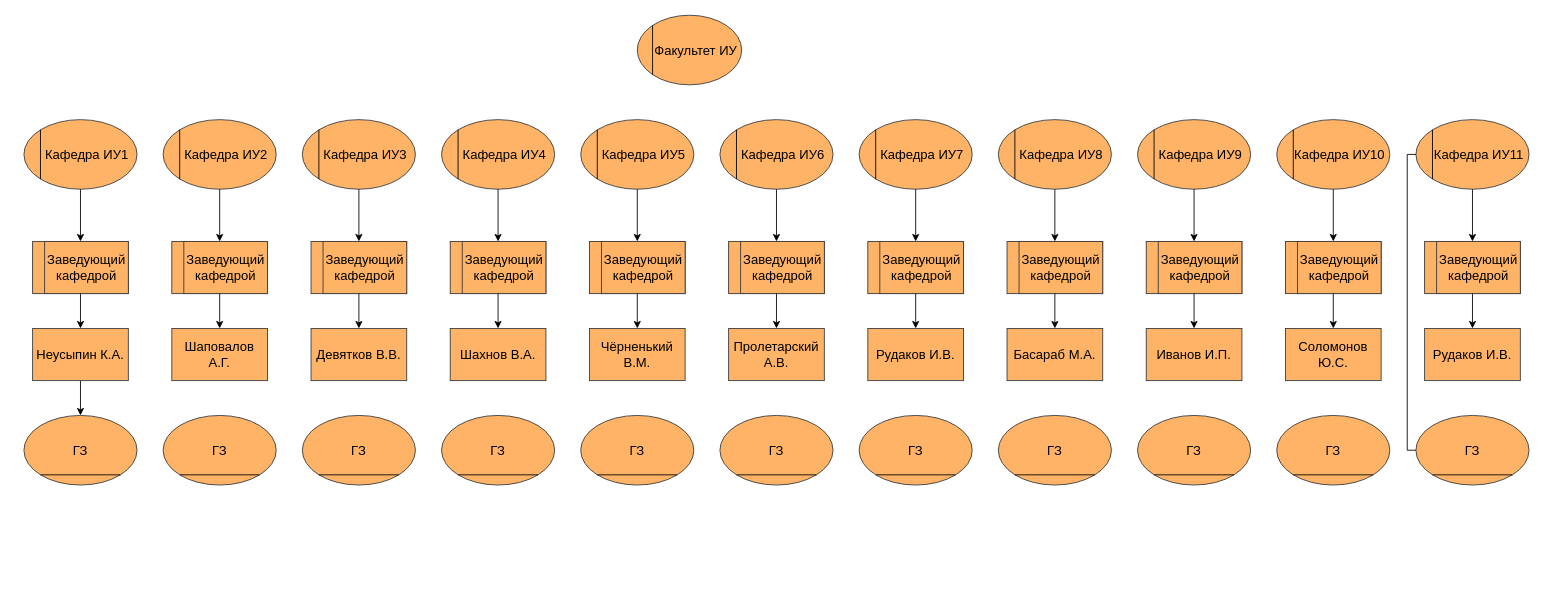
DMfananddu/ERP keeps this draw.io diagram as ERP l1.drawio. Above is the earlier version. Source tidied: cells renumbered, new cells numbered last; positions are measured from the earlier drawing's top-left corner, leaving out a move shared by most shapes. Both pictures are drawn from the tidied source at 87%, with x=0, y=0 at pixel (23, 15).
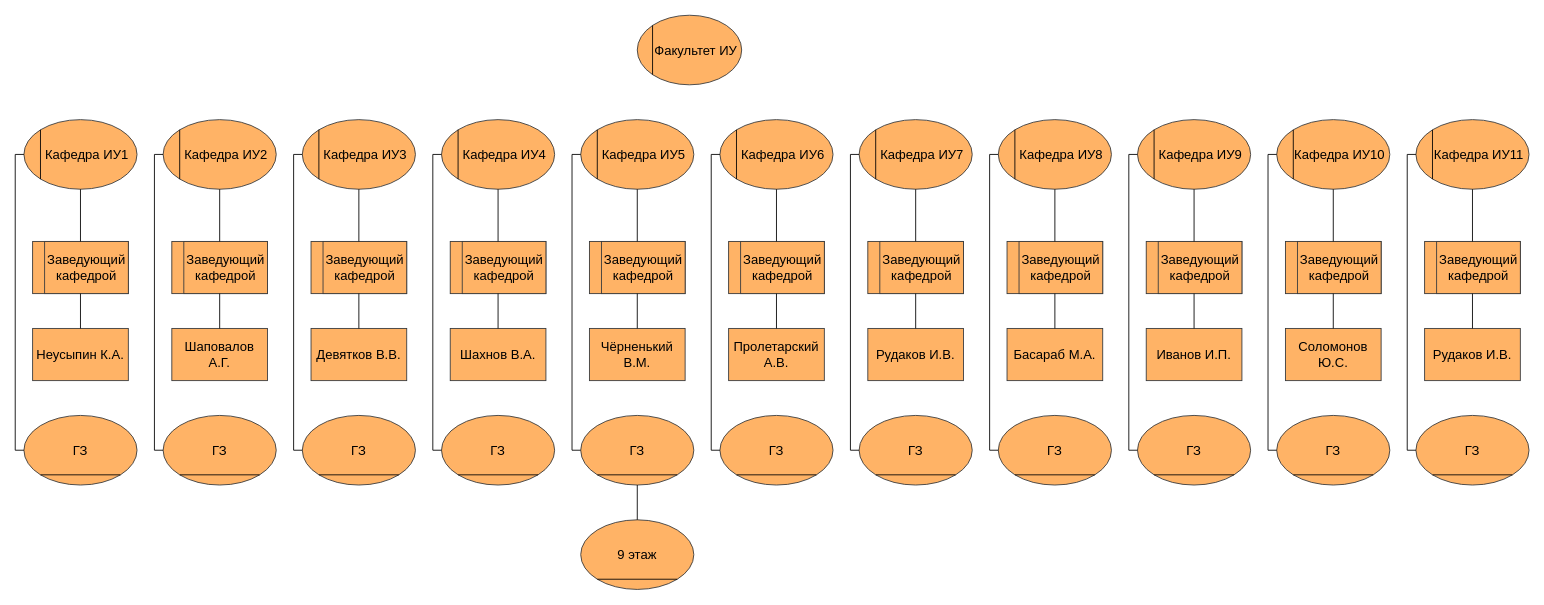
Above is the later version.

Unchanged cells that the change refers to:
```xml
<mxCell id="6" value="Кафедра ИУ2" style="ellipse;whiteSpace=wrap;html=1;rounded=0;strokeColor=#36393d;spacingLeft=15;fillColor=#FFB366;fontSize=15;" parent="5" vertex="1">
<mxCell id="9" value="Кафедра ИУ3" style="ellipse;whiteSpace=wrap;html=1;rounded=0;strokeColor=#36393d;spacingLeft=15;fillColor=#FFB366;fontSize=15;" parent="8" vertex="1">
<mxCell id="12" value="Кафедра ИУ4" style="ellipse;whiteSpace=wrap;html=1;rounded=0;strokeColor=#36393d;spacingLeft=15;fillColor=#FFB366;fontSize=15;" parent="11" vertex="1">
<mxCell id="15" value="Кафедра ИУ5" style="ellipse;whiteSpace=wrap;html=1;rounded=0;strokeColor=#36393d;spacingLeft=15;fillColor=#FFB366;fontSize=15;" parent="14" vertex="1">
<mxCell id="18" value="Кафедра ИУ6" style="ellipse;whiteSpace=wrap;html=1;rounded=0;strokeColor=#36393d;spacingLeft=15;fillColor=#FFB366;fontSize=15;" parent="17" vertex="1">
<mxCell id="21" value="Кафедра ИУ7" style="ellipse;whiteSpace=wrap;html=1;rounded=0;strokeColor=#36393d;spacingLeft=15;fillColor=#FFB366;fontSize=15;" parent="20" vertex="1">
<mxCell id="24" value="Кафедра ИУ8" style="ellipse;whiteSpace=wrap;html=1;rounded=0;strokeColor=#36393d;spacingLeft=15;fillColor=#FFB366;fontSize=15;" parent="23" vertex="1">
<mxCell id="27" value="Кафедра ИУ9" style="ellipse;whiteSpace=wrap;html=1;rounded=0;strokeColor=#36393d;spacingLeft=15;fillColor=#FFB366;fontSize=15;" parent="26" vertex="1">
<mxCell id="30" value="Кафедра ИУ10" style="ellipse;whiteSpace=wrap;html=1;rounded=0;strokeColor=#36393d;spacingLeft=15;fillColor=#FFB366;fontSize=15;" parent="29" vertex="1">
<mxCell id="33" value="Кафедра ИУ1" style="ellipse;whiteSpace=wrap;html=1;rounded=0;strokeColor=#36393d;spacingLeft=15;fillColor=#FFB366;fontSize=15;" parent="32" vertex="1">
<mxCell id="36" value="Кафедра ИУ11" style="ellipse;whiteSpace=wrap;html=1;rounded=0;strokeColor=#36393d;spacingLeft=15;fillColor=#FFB366;fontSize=15;" parent="35" vertex="1">
<mxCell id="39" style="rounded=0;whiteSpace=wrap;html=1;strokeColor=#36393d;fontSize=15;fillColor=#FFB366;" parent="38" vertex="1">
<mxCell id="42" style="rounded=0;whiteSpace=wrap;html=1;strokeColor=#36393d;fontSize=15;fillColor=#FFB366;" parent="41" vertex="1">
<mxCell id="45" style="rounded=0;whiteSpace=wrap;html=1;strokeColor=#36393d;fontSize=15;fillColor=#FFB366;" parent="44" vertex="1">
<mxCell id="48" style="rounded=0;whiteSpace=wrap;html=1;strokeColor=#36393d;fontSize=15;fillColor=#FFB366;" parent="47" vertex="1">
<mxCell id="55" style="rounded=0;whiteSpace=wrap;html=1;strokeColor=#36393d;fontSize=15;fillColor=#FFB366;" parent="54" vertex="1">
<mxCell id="58" style="rounded=0;whiteSpace=wrap;html=1;strokeColor=#36393d;fontSize=15;fillColor=#FFB366;" parent="57" vertex="1">
<mxCell id="61" style="rounded=0;whiteSpace=wrap;html=1;strokeColor=#36393d;fontSize=15;fillColor=#FFB366;" parent="60" vertex="1">
<mxCell id="64" style="rounded=0;whiteSpace=wrap;html=1;strokeColor=#36393d;fontSize=15;fillColor=#FFB366;" parent="63" vertex="1">
<mxCell id="67" style="rounded=0;whiteSpace=wrap;html=1;strokeColor=#36393d;fontSize=15;fillColor=#FFB366;" parent="66" vertex="1">
<mxCell id="70" style="rounded=0;whiteSpace=wrap;html=1;strokeColor=#36393d;fontSize=15;fillColor=#FFB366;" parent="69" vertex="1">
<mxCell id="73" style="rounded=0;whiteSpace=wrap;html=1;strokeColor=#36393d;fontSize=15;fillColor=#FFB366;" parent="72" vertex="1">
<mxCell id="83" value="&lt;span style=&quot;font-size: 15px&quot;&gt;Неусыпин К.А.&lt;/span&gt;" style="rounded=0;whiteSpace=wrap;html=1;strokeColor=#36393d;fillColor=#FFB366;" parent="1" vertex="1">
<mxCell id="85" value="&lt;span style=&quot;font-size: 15px&quot;&gt;Шаповалов А.Г.&lt;/span&gt;" style="rounded=0;whiteSpace=wrap;html=1;strokeColor=#36393d;fillColor=#FFB366;" parent="1" vertex="1">
<mxCell id="86" value="&lt;span style=&quot;font-size: 15px&quot;&gt;Девятков В.В.&lt;/span&gt;" style="rounded=0;whiteSpace=wrap;html=1;strokeColor=#36393d;fillColor=#FFB366;" parent="1" vertex="1">
<mxCell id="87" value="&lt;span style=&quot;font-size: 15px&quot;&gt;Шахнов В.А.&lt;/span&gt;" style="rounded=0;whiteSpace=wrap;html=1;strokeColor=#36393d;fillColor=#FFB366;" parent="1" vertex="1">
<mxCell id="88" value="&lt;span style=&quot;font-size: 15px&quot;&gt;Чёрненький В.М.&lt;/span&gt;" style="rounded=0;whiteSpace=wrap;html=1;strokeColor=#36393d;fillColor=#FFB366;" parent="1" vertex="1">
<mxCell id="89" value="&lt;span style=&quot;font-size: 15px&quot;&gt;Пролетарский А.В.&lt;/span&gt;" style="rounded=0;whiteSpace=wrap;html=1;strokeColor=#36393d;fillColor=#FFB366;" parent="1" vertex="1">
<mxCell id="90" value="&lt;span style=&quot;font-size: 15px&quot;&gt;Рудаков И.В.&lt;/span&gt;" style="rounded=0;whiteSpace=wrap;html=1;strokeColor=#36393d;fillColor=#FFB366;" parent="1" vertex="1">
<mxCell id="91" value="&lt;span style=&quot;font-size: 15px&quot;&gt;Басараб М.А.&lt;/span&gt;" style="rounded=0;whiteSpace=wrap;html=1;strokeColor=#36393d;fillColor=#FFB366;" parent="1" vertex="1">
<mxCell id="92" value="&lt;span style=&quot;font-size: 15px&quot;&gt;Иванов И.П.&lt;/span&gt;" style="rounded=0;whiteSpace=wrap;html=1;strokeColor=#36393d;fillColor=#FFB366;" parent="1" vertex="1">
<mxCell id="93" value="&lt;span style=&quot;font-size: 15px&quot;&gt;Соломонов Ю.С.&lt;/span&gt;" style="rounded=0;whiteSpace=wrap;html=1;strokeColor=#36393d;fillColor=#FFB366;" parent="1" vertex="1">
<mxCell id="94" value="&lt;span style=&quot;font-size: 15px&quot;&gt;Рудаков И.В.&lt;/span&gt;" style="rounded=0;whiteSpace=wrap;html=1;strokeColor=#36393d;fillColor=#FFB366;" parent="1" vertex="1">
<mxCell id="106" value="ГЗ" style="ellipse;whiteSpace=wrap;html=1;rounded=0;strokeColor=#36393d;fillColor=#FFB366;fontSize=15;" parent="105" vertex="1">
<mxCell id="109" value="ГЗ" style="ellipse;whiteSpace=wrap;html=1;rounded=0;strokeColor=#36393d;fillColor=#FFB366;fontSize=15;" parent="108" vertex="1">
<mxCell id="112" value="ГЗ" style="ellipse;whiteSpace=wrap;html=1;rounded=0;strokeColor=#36393d;fillColor=#FFB366;fontSize=15;" parent="111" vertex="1">
<mxCell id="115" value="ГЗ" style="ellipse;whiteSpace=wrap;html=1;rounded=0;strokeColor=#36393d;fillColor=#FFB366;fontSize=15;" parent="114" vertex="1">
<mxCell id="118" value="ГЗ" style="ellipse;whiteSpace=wrap;html=1;rounded=0;strokeColor=#36393d;fillColor=#FFB366;fontSize=15;" parent="117" vertex="1">
<mxCell id="121" value="ГЗ" style="ellipse;whiteSpace=wrap;html=1;rounded=0;strokeColor=#36393d;fillColor=#FFB366;fontSize=15;" parent="120" vertex="1">
<mxCell id="124" value="ГЗ" style="ellipse;whiteSpace=wrap;html=1;rounded=0;strokeColor=#36393d;fillColor=#FFB366;fontSize=15;" parent="123" vertex="1">
<mxCell id="127" value="ГЗ" style="ellipse;whiteSpace=wrap;html=1;rounded=0;strokeColor=#36393d;fillColor=#FFB366;fontSize=15;" parent="126" vertex="1">
<mxCell id="130" value="ГЗ" style="ellipse;whiteSpace=wrap;html=1;rounded=0;strokeColor=#36393d;fillColor=#FFB366;fontSize=15;" parent="129" vertex="1">
<mxCell id="133" value="ГЗ" style="ellipse;whiteSpace=wrap;html=1;rounded=0;strokeColor=#36393d;fillColor=#FFB366;fontSize=15;" parent="132" vertex="1">
```

What changed in the source:
```diff
@@
-    <mxCell id="50" style="edgeStyle=orthogonalEdgeStyle;rounded=0;jettySize=auto;html=1;fontSize=15;startArrow=classic;startFill=1;endArrow=none;endFill=0;" parent="1" edge="1" source="39" target="33">
+    <mxCell id="50" style="edgeStyle=orthogonalEdgeStyle;rounded=0;jettySize=auto;html=1;fontSize=15;startArrow=none;startFill=0;endArrow=none;endFill=0;" parent="1" edge="1" source="39" target="33">
       <mxGeometry relative="1" as="geometry" />
     </mxCell>
-    <mxCell id="51" style="edgeStyle=orthogonalEdgeStyle;rounded=0;jettySize=auto;html=1;fontSize=15;startArrow=classic;startFill=1;endArrow=none;endFill=0;" parent="1" edge="1" source="42" target="6">
+    <mxCell id="51" style="edgeStyle=orthogonalEdgeStyle;rounded=0;jettySize=auto;html=1;fontSize=15;startArrow=none;startFill=0;endArrow=none;endFill=0;" parent="1" edge="1" source="42" target="6">
       <mxGeometry relative="1" as="geometry" />
     </mxCell>
-    <mxCell id="52" style="edgeStyle=orthogonalEdgeStyle;rounded=0;jettySize=auto;html=1;fontSize=15;startArrow=classic;startFill=1;endArrow=none;endFill=0;" parent="1" edge="1" source="45" target="9">
+    <mxCell id="52" style="edgeStyle=orthogonalEdgeStyle;rounded=0;jettySize=auto;html=1;fontSize=15;startArrow=none;startFill=0;endArrow=none;endFill=0;" parent="1" edge="1" source="45" target="9">
       <mxGeometry relative="1" as="geometry" />
     </mxCell>
-    <mxCell id="53" style="edgeStyle=orthogonalEdgeStyle;rounded=0;jettySize=auto;html=1;fontSize=15;startArrow=classic;startFill=1;endArrow=none;endFill=0;" parent="1" edge="1" source="48" target="12">
+    <mxCell id="53" style="edgeStyle=orthogonalEdgeStyle;rounded=0;jettySize=auto;html=1;fontSize=15;startArrow=none;startFill=0;endArrow=none;endFill=0;" parent="1" edge="1" source="48" target="12">
       <mxGeometry relative="1" as="geometry" />
     </mxCell>
@@
-    <mxCell id="75" style="edgeStyle=orthogonalEdgeStyle;rounded=0;jettySize=auto;html=1;fontSize=15;startArrow=classic;startFill=1;endArrow=none;endFill=0;" parent="1" edge="1" source="73" target="36">
+    <mxCell id="75" style="edgeStyle=orthogonalEdgeStyle;rounded=0;jettySize=auto;html=1;fontSize=15;startArrow=none;startFill=0;endArrow=none;endFill=0;" parent="1" edge="1" source="73" target="36">
       <mxGeometry relative="1" as="geometry" />
     </mxCell>
-    <mxCell id="76" style="edgeStyle=orthogonalEdgeStyle;rounded=0;jettySize=auto;html=1;fontSize=15;startArrow=classic;startFill=1;endArrow=none;endFill=0;" parent="1" edge="1" source="70" target="30">
+    <mxCell id="76" style="edgeStyle=orthogonalEdgeStyle;rounded=0;jettySize=auto;html=1;fontSize=15;startArrow=none;startFill=0;endArrow=none;endFill=0;" parent="1" edge="1" source="70" target="30">
       <mxGeometry relative="1" as="geometry" />
     </mxCell>
-    <mxCell id="77" style="edgeStyle=orthogonalEdgeStyle;rounded=0;jettySize=auto;html=1;fontSize=15;startArrow=classic;startFill=1;endArrow=none;endFill=0;" parent="1" edge="1" source="67" target="27">
+    <mxCell id="77" style="edgeStyle=orthogonalEdgeStyle;rounded=0;jettySize=auto;html=1;fontSize=15;startArrow=none;startFill=0;endArrow=none;endFill=0;" parent="1" edge="1" source="67" target="27">
       <mxGeometry relative="1" as="geometry" />
     </mxCell>
-    <mxCell id="78" style="edgeStyle=orthogonalEdgeStyle;rounded=0;jettySize=auto;html=1;fontSize=15;startArrow=classic;startFill=1;endArrow=none;endFill=0;" parent="1" edge="1" source="64" target="24">
+    <mxCell id="78" style="edgeStyle=orthogonalEdgeStyle;rounded=0;jettySize=auto;html=1;fontSize=15;startArrow=none;startFill=0;endArrow=none;endFill=0;" parent="1" edge="1" source="64" target="24">
       <mxGeometry relative="1" as="geometry" />
     </mxCell>
-    <mxCell id="79" style="edgeStyle=orthogonalEdgeStyle;rounded=0;jettySize=auto;html=1;fontSize=15;startArrow=classic;startFill=1;endArrow=none;endFill=0;" parent="1" edge="1" source="55" target="15">
+    <mxCell id="79" style="edgeStyle=orthogonalEdgeStyle;rounded=0;jettySize=auto;html=1;fontSize=15;startArrow=none;startFill=0;endArrow=none;endFill=0;" parent="1" edge="1" source="55" target="15">
       <mxGeometry relative="1" as="geometry" />
     </mxCell>
-    <mxCell id="80" style="edgeStyle=orthogonalEdgeStyle;rounded=0;jettySize=auto;html=1;fontSize=15;startArrow=classic;startFill=1;endArrow=none;endFill=0;" parent="1" edge="1" source="58" target="18">
+    <mxCell id="80" style="edgeStyle=orthogonalEdgeStyle;rounded=0;jettySize=auto;html=1;fontSize=15;startArrow=none;startFill=0;endArrow=none;endFill=0;" parent="1" edge="1" source="58" target="18">
       <mxGeometry relative="1" as="geometry" />
     </mxCell>
-    <mxCell id="81" style="edgeStyle=orthogonalEdgeStyle;rounded=0;jettySize=auto;html=1;fontSize=15;startArrow=classic;startFill=1;endArrow=none;endFill=0;" parent="1" edge="1" source="61" target="21">
+    <mxCell id="81" style="edgeStyle=orthogonalEdgeStyle;rounded=0;jettySize=auto;html=1;fontSize=15;startArrow=none;startFill=0;endArrow=none;endFill=0;" parent="1" edge="1" source="61" target="21">
       <mxGeometry relative="1" as="geometry" />
     </mxCell>
-    <mxCell id="82" style="edgeStyle=orthogonalEdgeStyle;rounded=0;jettySize=auto;html=1;exitX=0.5;exitY=1;exitDx=0;exitDy=0;entryX=0.5;entryY=0;entryDx=0;entryDy=0;fontSize=15;startArrow=none;startFill=0;endArrow=classic;endFill=1;" parent="1" edge="1" source="83" target="106">
-      <mxGeometry relative="1" as="geometry" />
-    </mxCell>
@@
-    <mxCell id="84" style="edgeStyle=orthogonalEdgeStyle;rounded=0;jettySize=auto;html=1;fontSize=15;startArrow=none;startFill=0;endArrow=classic;endFill=1;" parent="1" edge="1" source="39" target="83">
+    <mxCell id="84" style="edgeStyle=orthogonalEdgeStyle;rounded=0;jettySize=auto;html=1;fontSize=15;startArrow=none;startFill=0;endArrow=none;endFill=0;" parent="1" edge="1" source="39" target="83">
       <mxGeometry relative="1" as="geometry" />
     </mxCell>
@@
-    <mxCell id="95" style="edgeStyle=orthogonalEdgeStyle;rounded=0;jettySize=auto;html=1;fontSize=15;startArrow=none;startFill=0;endArrow=classic;endFill=1;" parent="1" edge="1" source="67" target="92">
+    <mxCell id="95" style="edgeStyle=orthogonalEdgeStyle;rounded=0;jettySize=auto;html=1;fontSize=15;startArrow=none;startFill=0;endArrow=none;endFill=0;" parent="1" edge="1" source="67" target="92">
       <mxGeometry relative="1" as="geometry" />
     </mxCell>
-    <mxCell id="96" style="edgeStyle=orthogonalEdgeStyle;rounded=0;jettySize=auto;html=1;fontSize=15;startArrow=none;startFill=0;endArrow=classic;endFill=1;" parent="1" edge="1" source="70" target="93">
+    <mxCell id="96" style="edgeStyle=orthogonalEdgeStyle;rounded=0;jettySize=auto;html=1;fontSize=15;startArrow=none;startFill=0;endArrow=none;endFill=0;" parent="1" edge="1" source="70" target="93">
       <mxGeometry relative="1" as="geometry" />
     </mxCell>
-    <mxCell id="97" style="edgeStyle=orthogonalEdgeStyle;rounded=0;jettySize=auto;html=1;fontSize=15;startArrow=none;startFill=0;endArrow=classic;endFill=1;" parent="1" edge="1" source="73" target="94">
+    <mxCell id="97" style="edgeStyle=orthogonalEdgeStyle;rounded=0;jettySize=auto;html=1;fontSize=15;startArrow=none;startFill=0;endArrow=none;endFill=0;" parent="1" edge="1" source="73" target="94">
       <mxGeometry relative="1" as="geometry" />
     </mxCell>
-    <mxCell id="98" style="edgeStyle=orthogonalEdgeStyle;rounded=0;jettySize=auto;html=1;fontSize=15;startArrow=none;startFill=0;endArrow=classic;endFill=1;" parent="1" edge="1" source="64" target="91">
+    <mxCell id="98" style="edgeStyle=orthogonalEdgeStyle;rounded=0;jettySize=auto;html=1;fontSize=15;startArrow=none;startFill=0;endArrow=none;endFill=0;" parent="1" edge="1" source="64" target="91">
       <mxGeometry relative="1" as="geometry" />
     </mxCell>
-    <mxCell id="99" style="edgeStyle=orthogonalEdgeStyle;rounded=0;jettySize=auto;html=1;fontSize=15;startArrow=none;startFill=0;endArrow=classic;endFill=1;" parent="1" edge="1" source="55" target="88">
+    <mxCell id="99" style="edgeStyle=orthogonalEdgeStyle;rounded=0;jettySize=auto;html=1;fontSize=15;startArrow=none;startFill=0;endArrow=none;endFill=0;" parent="1" edge="1" source="55" target="88">
       <mxGeometry relative="1" as="geometry" />
     </mxCell>
-    <mxCell id="100" style="edgeStyle=orthogonalEdgeStyle;rounded=0;jettySize=auto;html=1;fontSize=15;startArrow=none;startFill=0;endArrow=classic;endFill=1;" parent="1" edge="1" source="58" target="89">
+    <mxCell id="100" style="edgeStyle=orthogonalEdgeStyle;rounded=0;jettySize=auto;html=1;fontSize=15;startArrow=none;startFill=0;endArrow=none;endFill=0;" parent="1" edge="1" source="58" target="89">
       <mxGeometry relative="1" as="geometry" />
     </mxCell>
-    <mxCell id="101" style="edgeStyle=orthogonalEdgeStyle;rounded=0;jettySize=auto;html=1;fontSize=15;startArrow=none;startFill=0;endArrow=classic;endFill=1;" parent="1" edge="1" source="61" target="90">
+    <mxCell id="101" style="edgeStyle=orthogonalEdgeStyle;rounded=0;jettySize=auto;html=1;fontSize=15;startArrow=none;startFill=0;endArrow=none;endFill=0;" parent="1" edge="1" source="61" target="90">
       <mxGeometry relative="1" as="geometry" />
     </mxCell>
-    <mxCell id="102" style="edgeStyle=orthogonalEdgeStyle;rounded=0;jettySize=auto;html=1;fontSize=15;startArrow=none;startFill=0;endArrow=classic;endFill=1;" parent="1" edge="1" source="42" target="85">
+    <mxCell id="102" style="edgeStyle=orthogonalEdgeStyle;rounded=0;jettySize=auto;html=1;fontSize=15;startArrow=none;startFill=0;endArrow=none;endFill=0;" parent="1" edge="1" source="42" target="85">
       <mxGeometry relative="1" as="geometry" />
     </mxCell>
-    <mxCell id="103" style="edgeStyle=orthogonalEdgeStyle;rounded=0;jettySize=auto;html=1;fontSize=15;startArrow=none;startFill=0;endArrow=classic;endFill=1;" parent="1" edge="1" source="45" target="86">
+    <mxCell id="103" style="edgeStyle=orthogonalEdgeStyle;rounded=0;jettySize=auto;html=1;fontSize=15;startArrow=none;startFill=0;endArrow=none;endFill=0;" parent="1" edge="1" source="45" target="86">
       <mxGeometry relative="1" as="geometry" />
     </mxCell>
-    <mxCell id="104" style="edgeStyle=orthogonalEdgeStyle;rounded=0;jettySize=auto;html=1;fontSize=15;startArrow=none;startFill=0;endArrow=classic;endFill=1;" parent="1" edge="1" source="48" target="87">
+    <mxCell id="104" style="edgeStyle=orthogonalEdgeStyle;rounded=0;jettySize=auto;html=1;fontSize=15;startArrow=none;startFill=0;endArrow=none;endFill=0;" parent="1" edge="1" source="48" target="87">
       <mxGeometry relative="1" as="geometry" />
     </mxCell>
@@
+    <mxCell id="139" style="edgeStyle=orthogonalEdgeStyle;rounded=0;jettySize=auto;html=1;exitX=0;exitY=0.5;exitDx=0;exitDy=0;entryX=0;entryY=0.5;entryDx=0;entryDy=0;fontSize=15;startArrow=none;startFill=0;endArrow=none;endFill=0;" parent="1" edge="1" source="30" target="133">
+      <mxGeometry relative="1" as="geometry">
+        <Array as="points">
+          <mxPoint x="1430" y="160" />
+          <mxPoint x="1430" y="500" />
+        </Array>
+      </mxGeometry>
+    </mxCell>
+    <mxCell id="140" style="edgeStyle=orthogonalEdgeStyle;rounded=0;jettySize=auto;html=1;exitX=0;exitY=0.5;exitDx=0;exitDy=0;entryX=0;entryY=0.5;entryDx=0;entryDy=0;fontSize=15;startArrow=none;startFill=0;endArrow=none;endFill=0;" parent="1" edge="1" source="27" target="130">
+      <mxGeometry relative="1" as="geometry">
+        <Array as="points">
+          <mxPoint x="1270" y="160" />
+          <mxPoint x="1270" y="500" />
+        </Array>
+      </mxGeometry>
+    </mxCell>
+    <mxCell id="141" style="edgeStyle=orthogonalEdgeStyle;rounded=0;jettySize=auto;html=1;exitX=0;exitY=0.5;exitDx=0;exitDy=0;entryX=0;entryY=0.5;entryDx=0;entryDy=0;fontSize=15;startArrow=none;startFill=0;endArrow=none;endFill=0;" parent="1" edge="1" source="24" target="127">
+      <mxGeometry relative="1" as="geometry">
+        <Array as="points">
+          <mxPoint x="1110" y="160" />
+          <mxPoint x="1110" y="500" />
+        </Array>
+      </mxGeometry>
+    </mxCell>
+    <mxCell id="142" style="edgeStyle=orthogonalEdgeStyle;rounded=0;jettySize=auto;html=1;exitX=0;exitY=0.5;exitDx=0;exitDy=0;entryX=0;entryY=0.5;entryDx=0;entryDy=0;fontSize=15;startArrow=none;startFill=0;endArrow=none;endFill=0;" parent="1" edge="1" source="21" target="124">
+      <mxGeometry relative="1" as="geometry">
+        <Array as="points">
+          <mxPoint x="950" y="160" />
+          <mxPoint x="950" y="500" />
+        </Array>
+      </mxGeometry>
+    </mxCell>
+    <mxCell id="143" style="edgeStyle=orthogonalEdgeStyle;rounded=0;jettySize=auto;html=1;exitX=0;exitY=0.5;exitDx=0;exitDy=0;entryX=0;entryY=0.5;entryDx=0;entryDy=0;fontSize=15;startArrow=none;startFill=0;endArrow=none;endFill=0;" parent="1" edge="1" source="18" target="121">
+      <mxGeometry relative="1" as="geometry">
+        <Array as="points">
+          <mxPoint x="790" y="160" />
+          <mxPoint x="790" y="500" />
+        </Array>
+      </mxGeometry>
+    </mxCell>
+    <mxCell id="144" style="edgeStyle=orthogonalEdgeStyle;rounded=0;jettySize=auto;html=1;exitX=0;exitY=0.5;exitDx=0;exitDy=0;entryX=0;entryY=0.5;entryDx=0;entryDy=0;fontSize=15;startArrow=none;startFill=0;endArrow=none;endFill=0;" parent="1" edge="1" source="15" target="118">
+      <mxGeometry relative="1" as="geometry">
+        <Array as="points">
+          <mxPoint x="630" y="160" />
+          <mxPoint x="630" y="500" />
+        </Array>
+      </mxGeometry>
+    </mxCell>
+    <mxCell id="145" style="edgeStyle=orthogonalEdgeStyle;rounded=0;jettySize=auto;html=1;exitX=0;exitY=0.5;exitDx=0;exitDy=0;entryX=0;entryY=0.5;entryDx=0;entryDy=0;fontSize=15;startArrow=none;startFill=0;endArrow=none;endFill=0;" parent="1" edge="1" source="12" target="115">
+      <mxGeometry relative="1" as="geometry">
+        <Array as="points">
+          <mxPoint x="470" y="160" />
+          <mxPoint x="470" y="500" />
+        </Array>
+      </mxGeometry>
+    </mxCell>
+    <mxCell id="146" style="edgeStyle=orthogonalEdgeStyle;rounded=0;jettySize=auto;html=1;exitX=0;exitY=0.5;exitDx=0;exitDy=0;entryX=0;entryY=0.5;entryDx=0;entryDy=0;fontSize=15;startArrow=none;startFill=0;endArrow=none;endFill=0;" parent="1" edge="1" source="9" target="112">
+      <mxGeometry relative="1" as="geometry">
+        <Array as="points">
+          <mxPoint x="310" y="160" />
+          <mxPoint x="310" y="500" />
+        </Array>
+      </mxGeometry>
+    </mxCell>
+    <mxCell id="147" style="edgeStyle=orthogonalEdgeStyle;rounded=0;jettySize=auto;html=1;exitX=0;exitY=0.5;exitDx=0;exitDy=0;entryX=0;entryY=0.5;entryDx=0;entryDy=0;fontSize=15;startArrow=none;startFill=0;endArrow=none;endFill=0;" parent="1" edge="1" source="6" target="109">
+      <mxGeometry relative="1" as="geometry">
+        <Array as="points">
+          <mxPoint x="150" y="160" />
+          <mxPoint x="150" y="500" />
+        </Array>
+      </mxGeometry>
+    </mxCell>
+    <mxCell id="148" style="edgeStyle=orthogonalEdgeStyle;rounded=0;jettySize=auto;html=1;exitX=0;exitY=0.5;exitDx=0;exitDy=0;entryX=0;entryY=0.5;entryDx=0;entryDy=0;fontSize=15;startArrow=none;startFill=0;endArrow=none;endFill=0;" parent="1" edge="1" source="33" target="106">
+      <mxGeometry relative="1" as="geometry">
+        <Array as="points">
+          <mxPoint x="-10" y="160" />
+          <mxPoint x="-10" y="500" />
+        </Array>
+      </mxGeometry>
+    </mxCell>
+    <mxCell id="149" style="group;rounded=0;strokeWidth=1;fillColor=none;gradientColor=none;fontSize=15;" parent="1" vertex="1">
+      <mxGeometry x="640" y="580" width="130" height="80" as="geometry" />
+    </mxCell>
+    <mxCell id="150" value="9 этаж" style="ellipse;whiteSpace=wrap;html=1;rounded=0;strokeColor=#36393d;fillColor=#FFB366;fontSize=15;" parent="149" vertex="1">
+      <mxGeometry width="130" height="80" as="geometry" />
+    </mxCell>
+    <mxCell id="151" style="endArrow=none;html=1;entryX=1;entryY=1;entryDx=0;entryDy=0;exitX=0;exitY=1;exitDx=0;exitDy=0;" parent="149" edge="1" source="150" target="150">
+      <mxGeometry relative="1" as="geometry" />
+    </mxCell>
+    <mxCell id="152" style="edgeStyle=orthogonalEdgeStyle;rounded=0;jettySize=auto;html=1;exitX=0.5;exitY=1;exitDx=0;exitDy=0;entryX=0.5;entryY=0;entryDx=0;entryDy=0;fontSize=15;startArrow=none;startFill=0;endArrow=none;endFill=0;" parent="1" edge="1" source="118" target="150">
+      <mxGeometry relative="1" as="geometry" />
+    </mxCell>
```
